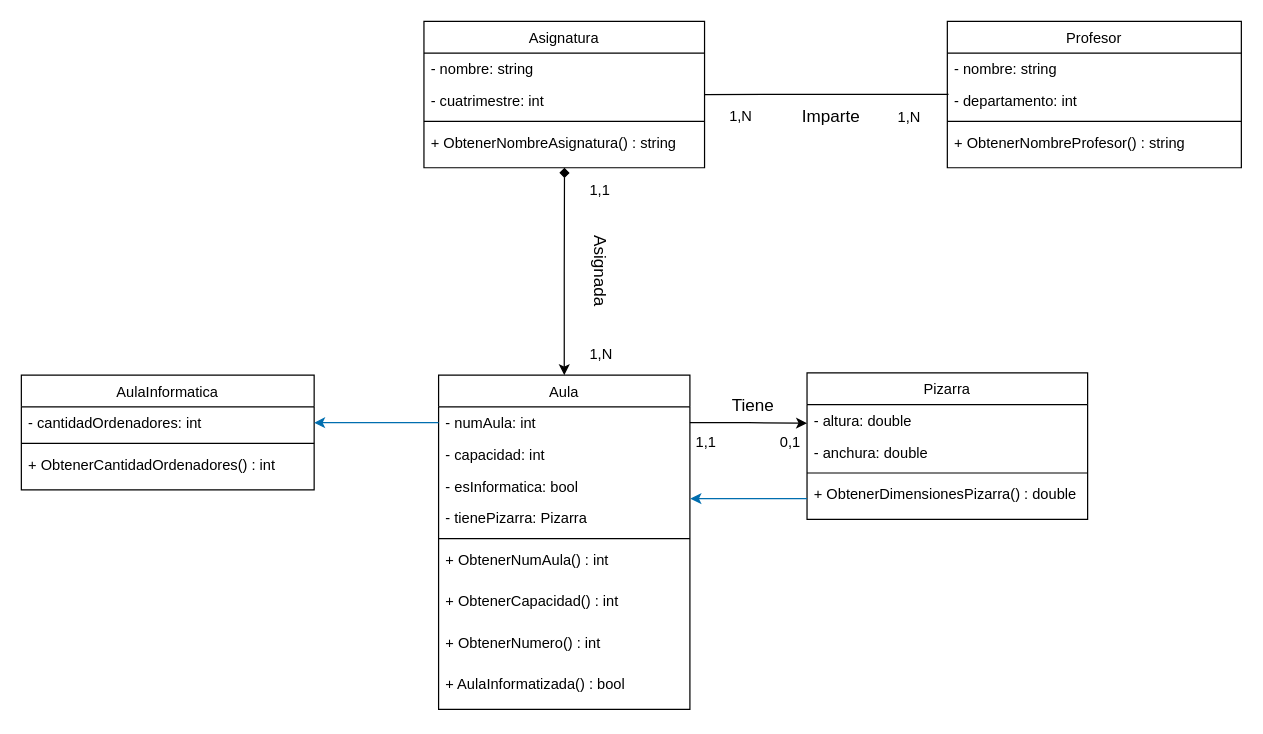
Earlier version of the draw.io diagram DEVELOPMENT ENVIRONMENT/PRÁCTICA 7.1/Ejercicio 4.drawio (SerDieFer/1-DAW). Source tidied: cells renumbered, new cells numbered last; positions are measured from the earlier drawing's top-left corner, leaving out a move shared by most shapes. Both pictures are drawn from the tidied source at 122%, with x=0, y=0 at pixel (21, 21).
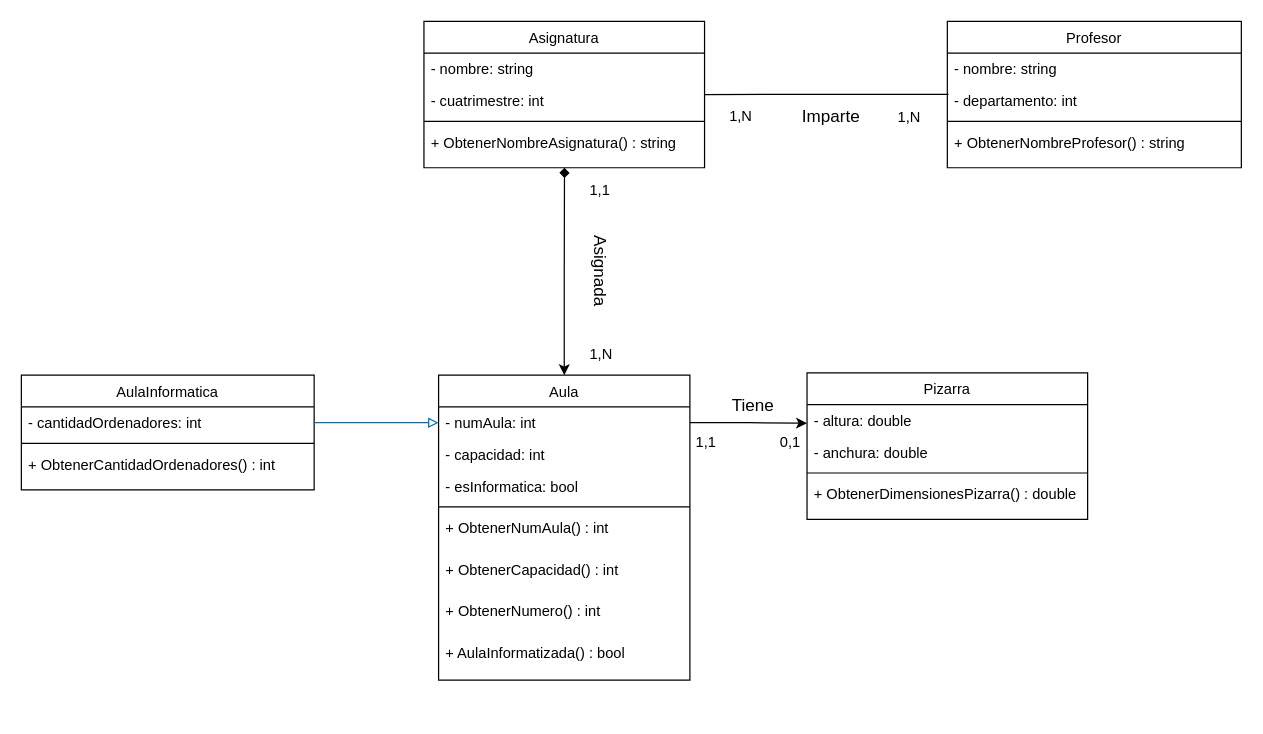
The same diagram, later.

Unchanged cells that the change refers to:
```xml
<mxCell id="8" value="- numAula: int" style="text;align=left;verticalAlign=top;spacingLeft=4;spacingRight=4;overflow=hidden;points=[[0,0.5],[1,0.5]];portConstraint=eastwest;" parent="7" vertex="1">
  <mxGeometry y="26" width="206" height="26" as="geometry" />
</mxCell>
<mxCell id="10" value="- esInformatica: bool" style="text;align=left;verticalAlign=top;spacingLeft=4;spacingRight=4;overflow=hidden;points=[[0,0.5],[1,0.5]];portConstraint=eastwest;" parent="7" vertex="1">
  <mxGeometry y="78" width="206" height="26" as="geometry" />
</mxCell>
<mxCell id="34" value="+ ObtenerDimensionesPizarra() : double" style="text;align=left;verticalAlign=top;spacingLeft=4;spacingRight=4;overflow=hidden;points=[[0,0.5],[1,0.5]];portConstraint=eastwest;" parent="30" vertex="1">
  <mxGeometry y="86" width="230" height="34" as="geometry" />
</mxCell>
<mxCell id="37" value="- cantidadOrdenadores: int" style="text;align=left;verticalAlign=top;spacingLeft=4;spacingRight=4;overflow=hidden;points=[[0,0.5],[1,0.5]];portConstraint=eastwest;" parent="36" vertex="1">
  <mxGeometry y="26" width="240" height="26" as="geometry" />
</mxCell>
```

The edit, as a diff of the source:
```diff
@@
     <mxCell id="7" value="Aula" style="swimlane;fontStyle=0;align=center;verticalAlign=top;horizontal=1;startSize=26;rounded=0;shadow=0;strokeWidth=1;" parent="1" vertex="1">
-      <mxGeometry x="342" y="290" width="206" height="274" as="geometry" />
+      <mxGeometry x="342" y="290" width="206" height="250" as="geometry" />
     </mxCell>
@@
-    <mxCell id="11" value="- tienePizarra: Pizarra" style="text;align=left;verticalAlign=top;spacingLeft=4;spacingRight=4;overflow=hidden;" parent="7" vertex="1">
-      <mxGeometry y="104" width="206" height="26" as="geometry" />
-    </mxCell>
     <mxCell id="12" style="line;html=1;strokeWidth=1;align=left;verticalAlign=middle;spacingTop=-1;spacingLeft=3;spacingRight=3;labelPosition=right;" parent="7" vertex="1">
-      <mxGeometry y="130" width="206" height="8" as="geometry" />
+      <mxGeometry y="104" width="206" height="8" as="geometry" />
     </mxCell>
     <mxCell id="13" value="+ ObtenerNumAula() : int" style="text;align=left;verticalAlign=top;spacingLeft=4;spacingRight=4;overflow=hidden;" parent="7" vertex="1">
-      <mxGeometry y="138" width="206" height="34" as="geometry" />
+      <mxGeometry y="112" width="206" height="34" as="geometry" />
     </mxCell>
     <mxCell id="14" value="+ ObtenerCapacidad() : int" style="text;align=left;verticalAlign=top;spacingLeft=4;spacingRight=4;overflow=hidden;" parent="7" vertex="1">
-      <mxGeometry y="172" width="206" height="34" as="geometry" />
+      <mxGeometry y="146" width="206" height="34" as="geometry" />
     </mxCell>
     <mxCell id="15" value="+ ObtenerNumero() : int" style="text;align=left;verticalAlign=top;spacingLeft=4;spacingRight=4;overflow=hidden;" parent="7" vertex="1">
-      <mxGeometry y="206" width="206" height="34" as="geometry" />
+      <mxGeometry y="180" width="206" height="34" as="geometry" />
     </mxCell>
     <mxCell id="16" value="+ AulaInformatizada() : bool" style="text;align=left;verticalAlign=top;spacingLeft=4;spacingRight=4;overflow=hidden;" parent="7" vertex="1">
-      <mxGeometry y="240" width="206" height="34" as="geometry" />
+      <mxGeometry y="214" width="206" height="34" as="geometry" />
     </mxCell>
@@
-    <mxCell id="40" style="edgeStyle=orthogonalEdgeStyle;rounded=0;jettySize=auto;html=1;entryX=1;entryY=0.5;entryDx=0;entryDy=0;fillColor=#1ba1e2;strokeColor=#006EAF;" parent="1" edge="1" source="8" target="37">
+    <mxCell id="40" style="edgeStyle=orthogonalEdgeStyle;rounded=0;jettySize=auto;html=1;entryX=1;entryY=0.5;entryDx=0;entryDy=0;fillColor=#1ba1e2;strokeColor=#006EAF;endArrow=none;endFill=0;startArrow=block;startFill=0;" parent="1" edge="1" source="8" target="37">
       <mxGeometry relative="1" as="geometry" />
     </mxCell>
-    <mxCell id="41" style="edgeStyle=orthogonalEdgeStyle;rounded=0;jettySize=auto;html=1;entryX=1.002;entryY=0.893;entryDx=0;entryDy=0;entryPerimeter=0;fillColor=#1ba1e2;strokeColor=#006EAF;" parent="1" edge="1" source="34" target="10">
-      <mxGeometry relative="1" as="geometry" />
-    </mxCell>
```
